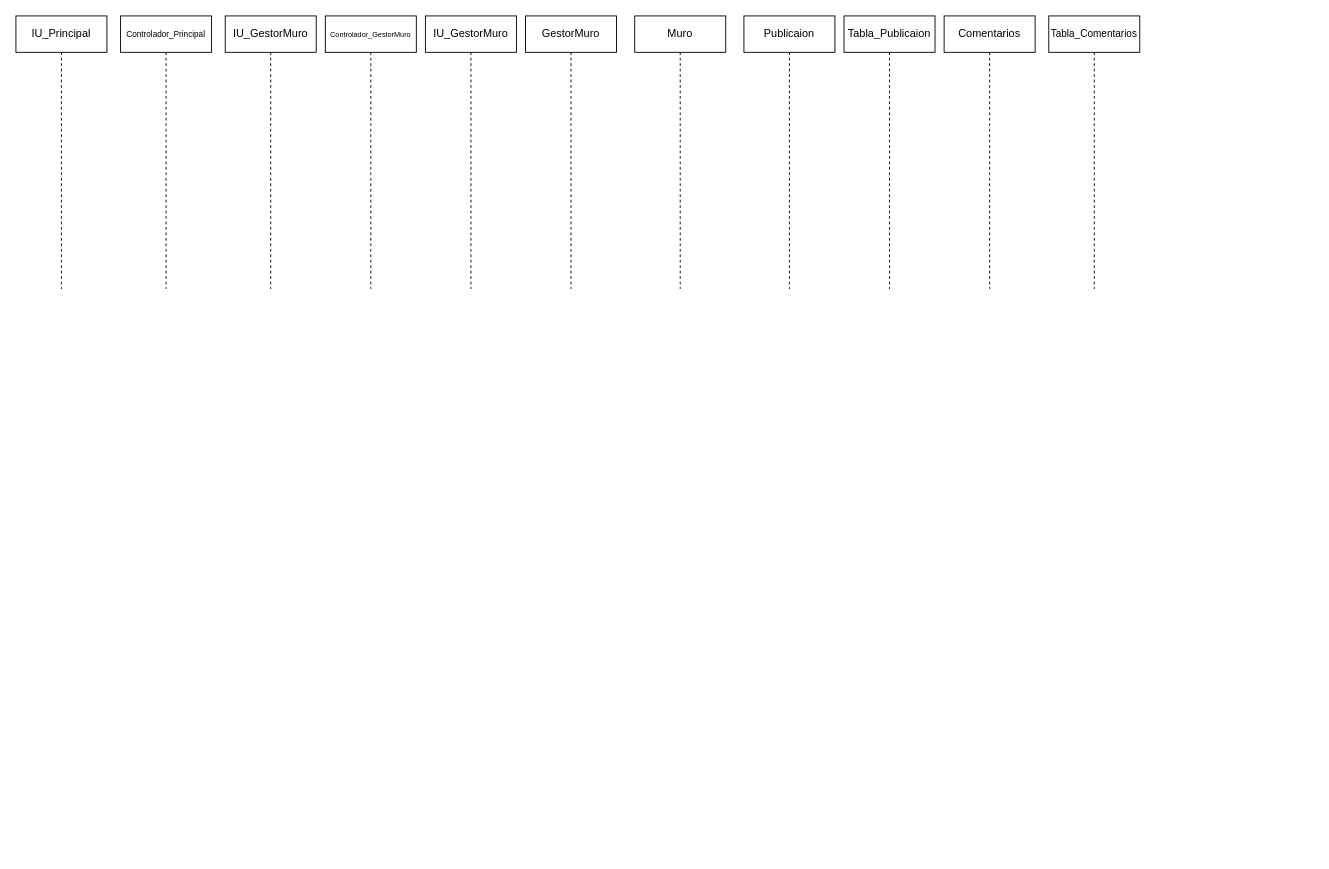
Earlier version of the draw.io diagram page "Page-1" (1 of 3) of Untitled Diagram.drawio (GamalielAbad12/UnProyecto). Source tidied: cells renumbered, new cells numbered last; positions are measured from the earlier drawing's top-left corner, leaving out a move shared by most shapes. Both pictures are drawn from the tidied source at 91%, with x=0, y=0 at pixel (15, 15).
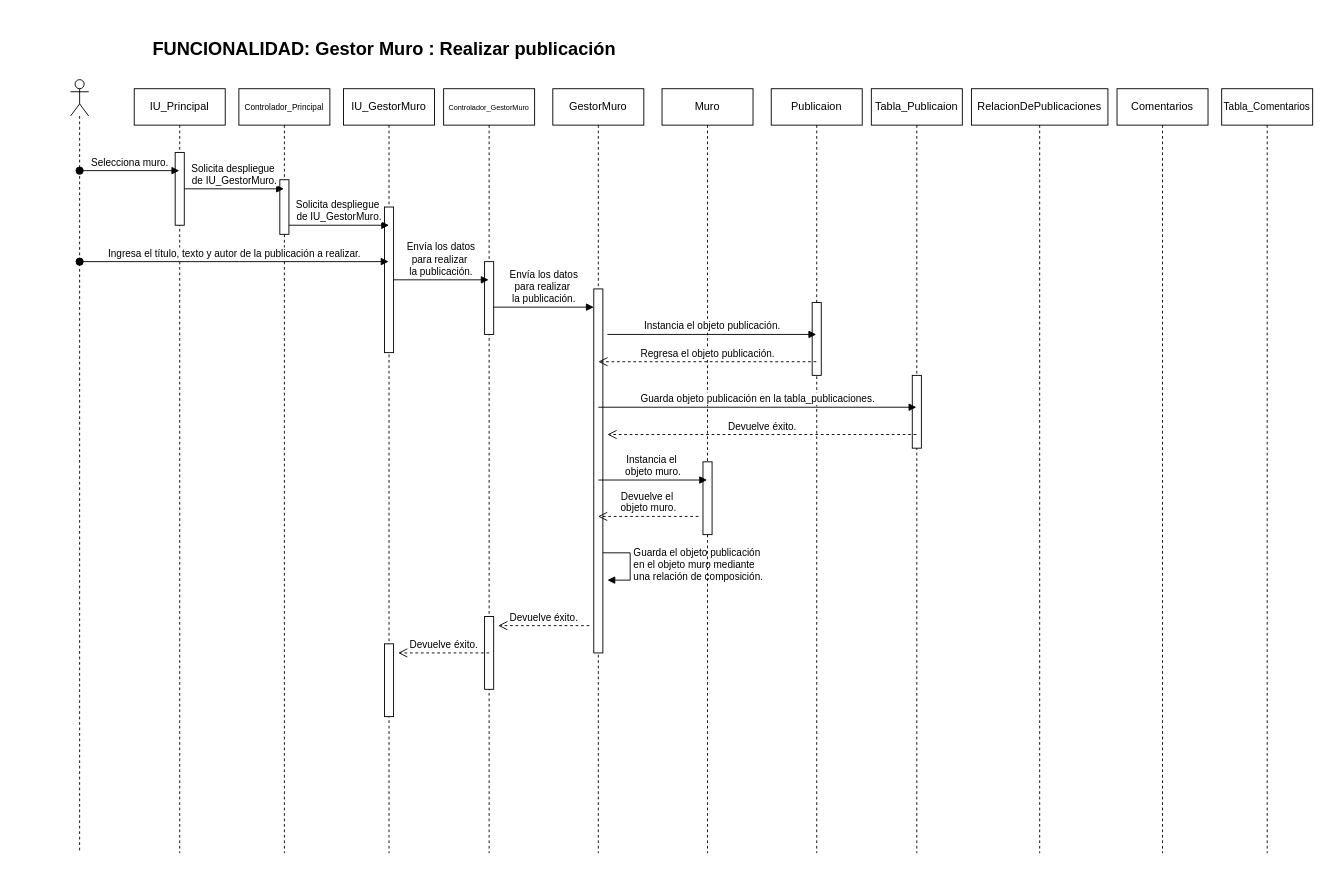
The same diagram, later.

Change to the diagram source:
```diff
@@
     <mxCell id="2" value="IU_Principal" style="shape=umlLifeline;perimeter=lifelinePerimeter;whiteSpace=wrap;html=1;outlineConnect=0;portConstraint=eastwest;newEdgeStyle={&quot;curved&quot;:0,&quot;rounded&quot;:0};" parent="1" vertex="1">
-      <mxGeometry width="100" height="300" as="geometry" />
+      <mxGeometry x="130" y="80" width="100" height="840" as="geometry" />
     </mxCell>
+    <mxCell id="13" style="html=1;points=[[0,0,0,0,5],[0,1,0,0,-5],[1,0,0,0,5],[1,1,0,0,-5]];perimeter=orthogonalPerimeter;outlineConnect=0;targetShapes=umlLifeline;portConstraint=eastwest;newEdgeStyle={&quot;curved&quot;:0,&quot;rounded&quot;:0};" parent="2" vertex="1">
+      <mxGeometry x="45" y="70" width="10" height="80" as="geometry" />
+    </mxCell>
     <mxCell id="3" value="IU_GestorMuro" style="shape=umlLifeline;perimeter=lifelinePerimeter;whiteSpace=wrap;html=1;outlineConnect=0;portConstraint=eastwest;newEdgeStyle={&quot;curved&quot;:0,&quot;rounded&quot;:0};" parent="1" vertex="1">
-      <mxGeometry x="230" width="100" height="300" as="geometry" />
+      <mxGeometry x="360" y="80" width="100" height="840" as="geometry" />
     </mxCell>
+    <mxCell id="14" style="html=1;points=[[0,0,0,0,5],[0,1,0,0,-5],[1,0,0,0,5],[1,1,0,0,-5]];perimeter=orthogonalPerimeter;outlineConnect=0;targetShapes=umlLifeline;portConstraint=eastwest;newEdgeStyle={&quot;curved&quot;:0,&quot;rounded&quot;:0};" parent="3" vertex="1">
+      <mxGeometry x="45" y="130" width="10" height="160" as="geometry" />
+    </mxCell>
+    <mxCell id="15" style="html=1;perimeter=orthogonalPerimeter;targetShapes=umlLifeline;newEdgeStyle={&quot;curved&quot;:0,&quot;rounded&quot;:0};" parent="3" vertex="1">
+      <mxGeometry x="45" y="610" width="10" height="80" as="geometry" />
+    </mxCell>
     <mxCell id="4" value="&lt;font style=&quot;font-size: 9px;&quot;&gt;Controlador_Principal&lt;/font&gt;" style="shape=umlLifeline;perimeter=lifelinePerimeter;whiteSpace=wrap;html=1;outlineConnect=0;portConstraint=eastwest;newEdgeStyle={&quot;curved&quot;:0,&quot;rounded&quot;:0};" parent="1" vertex="1">
-      <mxGeometry x="115" width="100" height="300" as="geometry" />
+      <mxGeometry x="245" y="80" width="100" height="840" as="geometry" />
     </mxCell>
+    <mxCell id="16" style="html=1;perimeter=orthogonalPerimeter;targetShapes=umlLifeline;newEdgeStyle={&quot;curved&quot;:0,&quot;rounded&quot;:0};" parent="4" vertex="1">
+      <mxGeometry x="45" y="100" width="10" height="60" as="geometry" />
+    </mxCell>
     <mxCell id="5" value="&lt;font style=&quot;font-size: 8px;&quot;&gt;Controlador_GestorMuro&lt;/font&gt;" style="shape=umlLifeline;perimeter=lifelinePerimeter;whiteSpace=wrap;html=1;outlineConnect=0;portConstraint=eastwest;newEdgeStyle={&quot;curved&quot;:0,&quot;rounded&quot;:0};" parent="1" vertex="1">
-      <mxGeometry x="340" width="100" height="300" as="geometry" />
+      <mxGeometry x="470" y="80" width="100" height="840" as="geometry" />
     </mxCell>
-    <mxCell id="6" value="IU_GestorMuro" style="shape=umlLifeline;perimeter=lifelinePerimeter;whiteSpace=wrap;html=1;newEdgeStyle={&quot;curved&quot;:0,&quot;rounded&quot;:0};" parent="1" vertex="1">
-      <mxGeometry x="450" width="100" height="300" as="geometry" />
-    </mxCell>
+    <mxCell id="17" style="html=1;points=[[0,0,0,0,5],[0,1,0,0,-5],[1,0,0,0,5],[1,1,0,0,-5]];perimeter=orthogonalPerimeter;outlineConnect=0;targetShapes=umlLifeline;portConstraint=eastwest;newEdgeStyle={&quot;curved&quot;:0,&quot;rounded&quot;:0};" parent="5" vertex="1">
+      <mxGeometry x="45" y="190" width="10" height="80" as="geometry" />
+    </mxCell>
+    <mxCell id="18" style="html=1;perimeter=orthogonalPerimeter;targetShapes=umlLifeline;newEdgeStyle={&quot;curved&quot;:0,&quot;rounded&quot;:0};" parent="5" vertex="1">
+      <mxGeometry x="45" y="580" width="10" height="80" as="geometry" />
+    </mxCell>
     <mxCell id="7" value="GestorMuro" style="shape=umlLifeline;perimeter=lifelinePerimeter;whiteSpace=wrap;html=1;newEdgeStyle={&quot;curved&quot;:0,&quot;rounded&quot;:0};" parent="1" vertex="1">
-      <mxGeometry x="560" width="100" height="300" as="geometry" />
+      <mxGeometry x="590" y="80" width="100" height="840" as="geometry" />
     </mxCell>
+    <mxCell id="19" style="html=1;perimeter=orthogonalPerimeter;targetShapes=umlLifeline;newEdgeStyle={&quot;curved&quot;:0,&quot;rounded&quot;:0};" parent="7" vertex="1">
+      <mxGeometry x="45" y="220" width="10" height="400" as="geometry" />
+    </mxCell>
+    <mxCell id="20" value="Guarda el objeto publicación&amp;nbsp;&lt;div&gt;en el objeto muro mediante&amp;nbsp;&lt;/div&gt;&lt;div&gt;una relación de composición.&lt;/div&gt;" style="html=1;align=left;spacingLeft=2;endArrow=block;rounded=0;edgeStyle=orthogonalEdgeStyle;curved=0;rounded=0;" parent="7" edge="1">
+      <mxGeometry relative="1" as="geometry">
+        <mxPoint x="55" y="510" as="sourcePoint" />
+        <mxPoint x="60" y="540" as="targetPoint" />
+        <Array as="points">
+          <mxPoint x="85" y="540" />
+        </Array>
+      </mxGeometry>
+    </mxCell>
     <mxCell id="8" value="Muro" style="shape=umlLifeline;perimeter=lifelinePerimeter;whiteSpace=wrap;html=1;newEdgeStyle={&quot;curved&quot;:0,&quot;rounded&quot;:0};" parent="1" vertex="1">
-      <mxGeometry x="680" width="100" height="300" as="geometry" />
+      <mxGeometry x="710" y="80" width="100" height="840" as="geometry" />
     </mxCell>
+    <mxCell id="21" style="html=1;perimeter=orthogonalPerimeter;targetShapes=umlLifeline;newEdgeStyle={&quot;curved&quot;:0,&quot;rounded&quot;:0};" parent="8" vertex="1">
+      <mxGeometry x="45" y="410" width="10" height="80" as="geometry" />
+    </mxCell>
     <mxCell id="9" value="Publicaion" style="shape=umlLifeline;perimeter=lifelinePerimeter;whiteSpace=wrap;html=1;outlineConnect=0;portConstraint=eastwest;newEdgeStyle={&quot;curved&quot;:0,&quot;rounded&quot;:0};" parent="1" vertex="1">
-      <mxGeometry x="800" width="100" height="300" as="geometry" />
+      <mxGeometry x="830" y="80" width="100" height="840" as="geometry" />
     </mxCell>
+    <mxCell id="22" style="html=1;perimeter=orthogonalPerimeter;targetShapes=umlLifeline;newEdgeStyle={&quot;curved&quot;:0,&quot;rounded&quot;:0};" parent="9" vertex="1">
+      <mxGeometry x="45" y="235" width="10" height="80" as="geometry" />
+    </mxCell>
     <mxCell id="10" value="Comentarios" style="shape=umlLifeline;perimeter=lifelinePerimeter;whiteSpace=wrap;html=1;newEdgeStyle={&quot;curved&quot;:0,&quot;rounded&quot;:0};" parent="1" vertex="1">
-      <mxGeometry x="1020" width="100" height="300" as="geometry" />
+      <mxGeometry x="1210" y="80" width="100" height="840" as="geometry" />
     </mxCell>
     <mxCell id="11" value="&lt;font style=&quot;font-size: 11px;&quot;&gt;Tabla_Comentarios&lt;/font&gt;" style="shape=umlLifeline;perimeter=lifelinePerimeter;whiteSpace=wrap;html=1;newEdgeStyle={&quot;curved&quot;:0,&quot;rounded&quot;:0};" parent="1" vertex="1">
-      <mxGeometry x="1135" width="100" height="300" as="geometry" />
+      <mxGeometry x="1325" y="80" width="100" height="840" as="geometry" />
     </mxCell>
     <mxCell id="12" value="Tabla_Publicaion" style="shape=umlLifeline;perimeter=lifelinePerimeter;whiteSpace=wrap;html=1;outlineConnect=0;portConstraint=eastwest;newEdgeStyle={&quot;curved&quot;:0,&quot;rounded&quot;:0};" parent="1" vertex="1">
-      <mxGeometry x="910" width="100" height="300" as="geometry" />
+      <mxGeometry x="940" y="80" width="100" height="840" as="geometry" />
     </mxCell>
+    <mxCell id="23" style="html=1;perimeter=orthogonalPerimeter;targetShapes=umlLifeline;newEdgeStyle={&quot;curved&quot;:0,&quot;rounded&quot;:0};" parent="12" vertex="1">
+      <mxGeometry x="45" y="315" width="10" height="80" as="geometry" />
+    </mxCell>
+    <mxCell id="24" value="RelacionDePublicaciones" style="shape=umlLifeline;perimeter=lifelinePerimeter;whiteSpace=wrap;html=1;newEdgeStyle={&quot;curved&quot;:0,&quot;rounded&quot;:0};" parent="1" vertex="1">
+      <mxGeometry x="1050" y="80" width="150" height="840" as="geometry" />
+    </mxCell>
+    <mxCell id="25" style="shape=umlLifeline;perimeter=lifelinePerimeter;whiteSpace=wrap;html=1;newEdgeStyle={&quot;curved&quot;:0,&quot;rounded&quot;:0};participant=umlActor;" parent="1" vertex="1">
+      <mxGeometry x="60" y="70" width="20" height="850" as="geometry" />
+    </mxCell>
+    <mxCell id="26" value="&lt;b&gt;&lt;font style=&quot;font-size: 20px;&quot;&gt;FUNCIONALIDAD: Gestor Muro : Realizar publicación&lt;/font&gt;&lt;/b&gt;" style="text;strokeColor=none;align=center;fillColor=none;html=1;verticalAlign=middle;whiteSpace=wrap;rounded=0;" parent="1" vertex="1">
+      <mxGeometry x="110" y="20" width="590" height="30" as="geometry" />
+    </mxCell>
+    <mxCell id="27" value="&lt;div&gt;Ingresa el título, texto y autor de la publicación a realizar.&lt;/div&gt;" style="html=1;verticalAlign=bottom;startArrow=oval;startFill=1;endArrow=block;startSize=8;curved=0;rounded=0;" parent="1" edge="1" target="3">
+      <mxGeometry relative="1" as="geometry">
+        <mxPoint x="70" y="270" as="sourcePoint" />
+      </mxGeometry>
+    </mxCell>
+    <mxCell id="28" value="Selecciona muro." style="html=1;verticalAlign=bottom;startArrow=oval;startFill=1;endArrow=block;startSize=8;curved=0;rounded=0;" parent="1" edge="1" target="2">
+      <mxGeometry relative="1" as="geometry">
+        <mxPoint x="70" y="170" as="sourcePoint" />
+      </mxGeometry>
+    </mxCell>
+    <mxCell id="29" value="Solicita despliegue&amp;nbsp;&lt;div&gt;de IU_GestorMuro.&lt;/div&gt;" style="html=1;verticalAlign=bottom;endArrow=block;curved=0;rounded=0;" parent="1" edge="1" source="13" target="4">
+      <mxGeometry relative="1" as="geometry">
+        <Array as="points">
+          <mxPoint x="230" y="190" />
+        </Array>
+      </mxGeometry>
+    </mxCell>
+    <mxCell id="30" value="Solicita despliegue&amp;nbsp;&lt;div&gt;de IU_GestorMuro.&lt;/div&gt;" style="html=1;verticalAlign=bottom;endArrow=block;curved=0;rounded=0;" parent="1" edge="1">
+      <mxGeometry relative="1" as="geometry">
+        <mxPoint x="300" y="230" as="sourcePoint" />
+        <mxPoint x="410" y="230" as="targetPoint" />
+        <Array as="points">
+          <mxPoint x="345" y="230" />
+        </Array>
+      </mxGeometry>
+    </mxCell>
+    <mxCell id="31" value="Envía los datos&lt;div&gt;para realizar&amp;nbsp;&lt;/div&gt;&lt;div&gt;la publicación.&lt;/div&gt;" style="html=1;verticalAlign=bottom;endArrow=block;curved=0;rounded=0;" parent="1" edge="1" source="14" target="5">
+      <mxGeometry relative="1" as="geometry" />
+    </mxCell>
+    <mxCell id="32" value="Envía los datos&lt;div&gt;para realizar&amp;nbsp;&lt;/div&gt;&lt;div&gt;la publicación.&lt;/div&gt;" style="html=1;verticalAlign=bottom;endArrow=block;curved=0;rounded=0;" parent="1" edge="1" source="17">
+      <mxGeometry relative="1" as="geometry">
+        <mxPoint x="635" y="320" as="targetPoint" />
+      </mxGeometry>
+    </mxCell>
+    <mxCell id="33" value="&lt;div&gt;Instancia el objeto publicación.&lt;/div&gt;" style="html=1;verticalAlign=bottom;endArrow=block;curved=0;rounded=0;" parent="1" edge="1" target="9">
+      <mxGeometry relative="1" as="geometry">
+        <mxPoint x="650" y="350" as="sourcePoint" />
+      </mxGeometry>
+    </mxCell>
+    <mxCell id="34" value="Regresa el objeto publicación." style="html=1;verticalAlign=bottom;endArrow=open;dashed=1;endSize=8;curved=0;rounded=0;" parent="1" edge="1" source="9">
+      <mxGeometry relative="1" as="geometry">
+        <mxPoint x="640" y="380" as="targetPoint" />
+      </mxGeometry>
+    </mxCell>
+    <mxCell id="35" value="Guarda objeto publicación en la tabla_publicaciones." style="html=1;verticalAlign=bottom;endArrow=block;curved=0;rounded=0;" parent="1" edge="1" target="12">
+      <mxGeometry relative="1" as="geometry">
+        <mxPoint x="640" y="430" as="sourcePoint" />
+      </mxGeometry>
+    </mxCell>
+    <mxCell id="36" value="Devuelve éxito." style="html=1;verticalAlign=bottom;endArrow=open;dashed=1;endSize=8;curved=0;rounded=0;" parent="1" edge="1" source="12">
+      <mxGeometry relative="1" as="geometry">
+        <mxPoint x="650" y="460" as="targetPoint" />
+      </mxGeometry>
+    </mxCell>
+    <mxCell id="37" value="Instancia el&amp;nbsp;&lt;div&gt;objeto muro.&lt;/div&gt;" style="html=1;verticalAlign=bottom;endArrow=block;curved=0;rounded=0;" parent="1" edge="1">
+      <mxGeometry relative="1" as="geometry">
+        <mxPoint x="640" y="510" as="sourcePoint" />
+        <mxPoint x="759.5" y="510" as="targetPoint" />
+      </mxGeometry>
+    </mxCell>
+    <mxCell id="38" value="Devuelve el&amp;nbsp;&lt;div&gt;objeto muro.&lt;/div&gt;" style="html=1;verticalAlign=bottom;endArrow=open;dashed=1;endSize=8;curved=0;rounded=0;" parent="1" edge="1">
+      <mxGeometry relative="1" as="geometry">
+        <mxPoint x="750" y="550" as="sourcePoint" />
+        <mxPoint x="639.7" y="550" as="targetPoint" />
+      </mxGeometry>
+    </mxCell>
+    <mxCell id="39" value="Devuelve éxito." style="html=1;verticalAlign=bottom;endArrow=open;dashed=1;endSize=8;curved=0;rounded=0;" parent="1" edge="1">
+      <mxGeometry relative="1" as="geometry">
+        <mxPoint x="630" y="670" as="sourcePoint" />
+        <mxPoint x="530" y="670" as="targetPoint" />
+      </mxGeometry>
+    </mxCell>
+    <mxCell id="40" value="Devuelve éxito." style="html=1;verticalAlign=bottom;endArrow=open;dashed=1;endSize=8;curved=0;rounded=0;" parent="1" edge="1">
+      <mxGeometry relative="1" as="geometry">
+        <mxPoint x="520" y="700" as="sourcePoint" />
+        <mxPoint x="420" y="700" as="targetPoint" />
+      </mxGeometry>
+    </mxCell>
```
